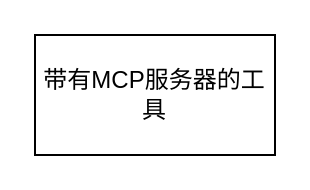
Earlier version of the draw.io diagram 未命名绘图.drawio (fydgmy/jubilant-potato). Source tidied: cells renumbered, new cells numbered last; positions are measured from the earlier drawing's top-left corner, leaving out a move shared by most shapes. Both pictures are drawn from the tidied source at 200%, with x=0, y=0 at pixel (34, 34).
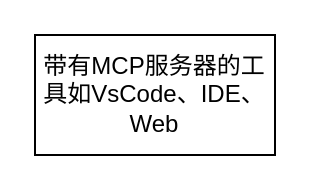
Above is the later version.

Commit message (it also covers changes not shown here):
更新未命名绘图.drawio

Change to the diagram source:
```diff
@@
 <mxGraphModel>
   <root>
     <mxCell id="0" />
     <mxCell id="1" parent="0" />
-    <mxCell id="2" value="带有MCP服务器的工具" style="rounded=0;whiteSpace=wrap;html=1;" parent="1" vertex="1">
+    <mxCell id="2" value="带有MCP服务器的工具如VsCode、IDE、Web" style="rounded=0;whiteSpace=wrap;html=1;" parent="1" vertex="1">
       <mxGeometry width="120" height="60" as="geometry" />
     </mxCell>
   </root>
 </mxGraphModel>
```
